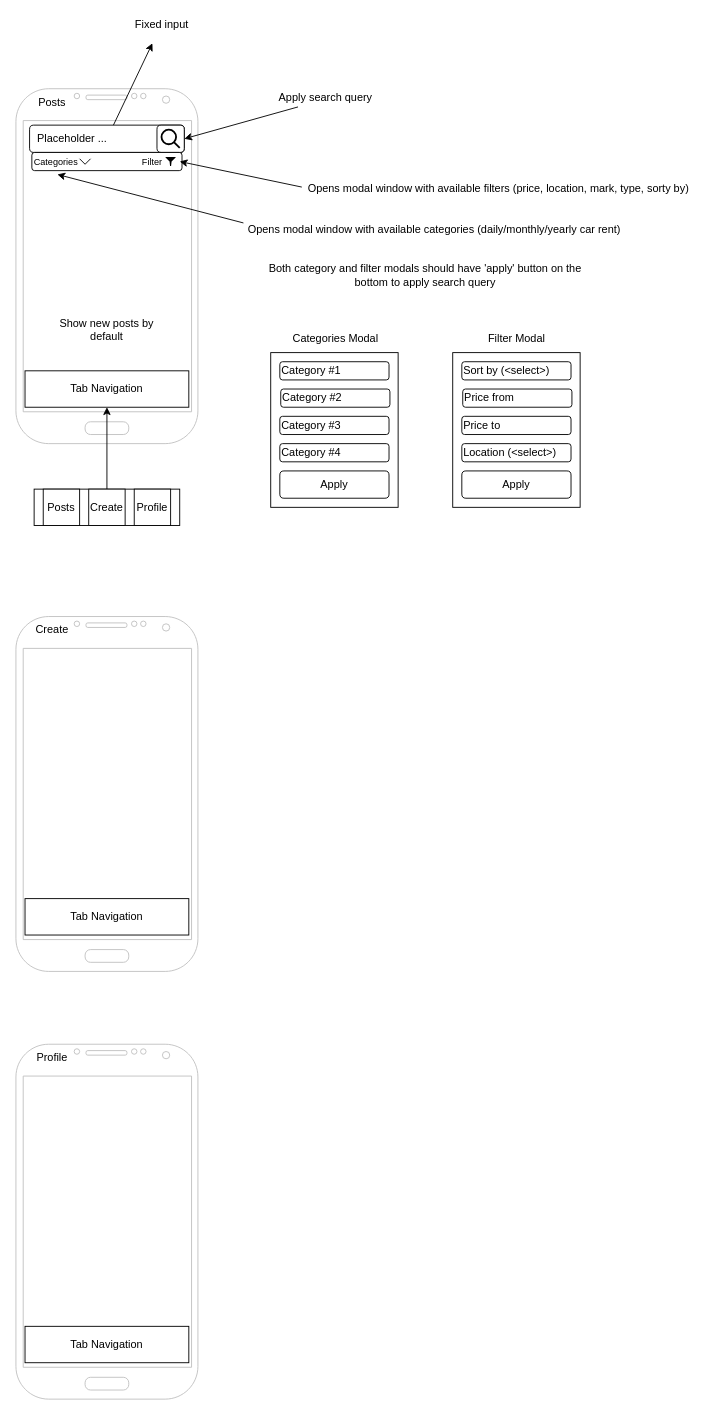
Before: page "Content" (3 of 3) of startup.drawio in Madi-S/kolik, a draw.io diagram. Source tidied: cells renumbered, new cells numbered last; positions are measured from the earlier drawing's top-left corner, leaving out a move shared by most shapes. Both pictures are drawn from the tidied source at 91%, with x=0, y=0 at pixel (15, 15).
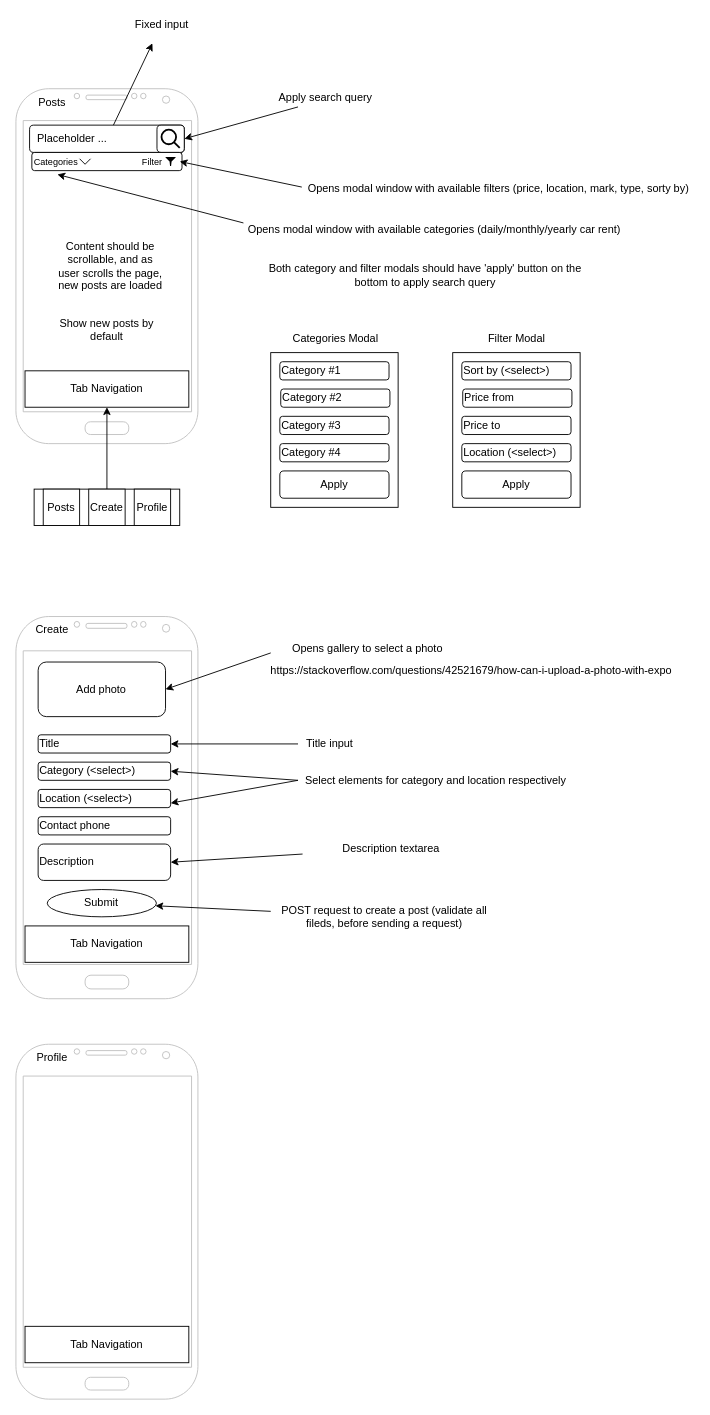
After the change.

Commit message:
Create screen design, layout outlined

Diff of the diagram source:
```diff
@@
     <mxCell id="10" style="verticalLabelPosition=bottom;verticalAlign=top;html=1;shadow=0;dashed=0;strokeWidth=1;shape=mxgraph.android.phone2;strokeColor=#c0c0c0;" parent="1" vertex="1">
-      <mxGeometry y="660" width="200" height="390" as="geometry" />
+      <mxGeometry y="660" width="200" height="420" as="geometry" />
     </mxCell>
     <mxCell id="11" value="Tab Navigation" style="rounded=0;whiteSpace=wrap;html=1;" parent="1" vertex="1">
-      <mxGeometry x="10" y="970" width="180" height="40" as="geometry" />
+      <mxGeometry x="10" y="1000" width="180" height="40" as="geometry" />
     </mxCell>
@@
+    <mxCell id="47" value="Content should be scrollable, and as user scrolls the page, new posts are loaded" style="text;html=1;strokeColor=none;fillColor=none;align=center;verticalAlign=middle;whiteSpace=wrap;rounded=0;fontSize=12;" parent="1" vertex="1">
+      <mxGeometry x="44.4" y="260" width="120" height="30" as="geometry" />
+    </mxCell>
+    <mxCell id="48" value="Add photo" style="rounded=1;whiteSpace=wrap;html=1;fontSize=12;strokeColor=#000000;strokeWidth=1;fillColor=#FFFFFF;align=center;" parent="1" vertex="1">
+      <mxGeometry x="24.4" y="710" width="140" height="60" as="geometry" />
+    </mxCell>
+    <mxCell id="49" value="Title" style="rounded=1;whiteSpace=wrap;html=1;fontSize=12;strokeColor=#000000;strokeWidth=1;fillColor=#FFFFFF;align=left;" parent="1" vertex="1">
+      <mxGeometry x="24.4" y="790" width="145.6" height="20" as="geometry" />
+    </mxCell>
+    <mxCell id="50" value="Category (&amp;lt;select&amp;gt;)" style="rounded=1;whiteSpace=wrap;html=1;fontSize=12;strokeColor=#000000;strokeWidth=1;fillColor=#FFFFFF;align=left;" parent="1" vertex="1">
+      <mxGeometry x="24.4" y="820" width="145.6" height="20" as="geometry" />
+    </mxCell>
+    <mxCell id="51" value="Location (&amp;lt;select&amp;gt;)" style="rounded=1;whiteSpace=wrap;html=1;fontSize=12;strokeColor=#000000;strokeWidth=1;fillColor=#FFFFFF;align=left;" parent="1" vertex="1">
+      <mxGeometry x="24.4" y="850" width="145.6" height="20" as="geometry" />
+    </mxCell>
+    <mxCell id="52" value="Description" style="rounded=1;whiteSpace=wrap;html=1;fontSize=12;strokeColor=#000000;strokeWidth=1;fillColor=#FFFFFF;align=left;" parent="1" vertex="1">
+      <mxGeometry x="24.4" y="910" width="145.6" height="40" as="geometry" />
+    </mxCell>
+    <mxCell id="53" value="Contact phone" style="rounded=1;whiteSpace=wrap;html=1;fontSize=12;strokeColor=#000000;strokeWidth=1;fillColor=#FFFFFF;align=left;" parent="1" vertex="1">
+      <mxGeometry x="24.4" y="880" width="145.6" height="20" as="geometry" />
+    </mxCell>
+    <mxCell id="54" value="Submit" style="ellipse;whiteSpace=wrap;html=1;fontSize=12;strokeColor=#000000;strokeWidth=1;fillColor=#FFFFFF;align=center;" parent="1" vertex="1">
+      <mxGeometry x="34.4" y="960" width="120" height="30" as="geometry" />
+    </mxCell>
+    <mxCell id="55" style="endArrow=classic;html=1;rounded=0;fontSize=12;" parent="1" edge="1" source="56" target="54">
+      <mxGeometry relative="1" as="geometry" />
+    </mxCell>
+    <mxCell id="56" value="POST request to create a post (validate all fileds, before sending a request)" style="text;html=1;strokeColor=none;fillColor=none;align=center;verticalAlign=middle;whiteSpace=wrap;rounded=0;fontSize=12;" parent="1" vertex="1">
+      <mxGeometry x="280" y="975" width="250" height="30" as="geometry" />
+    </mxCell>
+    <mxCell id="57" style="endArrow=classic;html=1;rounded=0;fontSize=12;entryX=1;entryY=0.5;entryDx=0;entryDy=0;" parent="1" edge="1" target="50">
+      <mxGeometry relative="1" as="geometry">
+        <mxPoint x="310" y="840" as="sourcePoint" />
+      </mxGeometry>
+    </mxCell>
+    <mxCell id="58" style="endArrow=classic;html=1;rounded=0;fontSize=12;entryX=1;entryY=0.75;entryDx=0;entryDy=0;" parent="1" edge="1" target="51">
+      <mxGeometry relative="1" as="geometry">
+        <mxPoint x="310" y="840" as="sourcePoint" />
+      </mxGeometry>
+    </mxCell>
+    <mxCell id="59" value="Select elements for category and location respectively" style="text;html=1;align=center;verticalAlign=middle;strokeColor=none;fillColor=none;fontSize=12;" parent="1" vertex="1">
+      <mxGeometry x="311" y="830" width="300" height="20" as="geometry" />
+    </mxCell>
+    <mxCell id="60" style="endArrow=classic;html=1;rounded=0;fontSize=12;entryX=1;entryY=0.5;entryDx=0;entryDy=0;" parent="1" edge="1" target="49">
+      <mxGeometry relative="1" as="geometry">
+        <mxPoint x="310" y="800" as="sourcePoint" />
+      </mxGeometry>
+    </mxCell>
+    <mxCell id="61" value="Title input" style="text;html=1;strokeColor=none;fillColor=none;align=center;verticalAlign=middle;whiteSpace=wrap;rounded=0;fontSize=12;" parent="1" vertex="1">
+      <mxGeometry x="315" y="785" width="60" height="30" as="geometry" />
+    </mxCell>
+    <mxCell id="62" style="endArrow=classic;html=1;rounded=0;fontSize=12;entryX=1;entryY=0.5;entryDx=0;entryDy=0;" parent="1" edge="1" target="48">
+      <mxGeometry relative="1" as="geometry">
+        <mxPoint x="280" y="700" as="sourcePoint" />
+      </mxGeometry>
+    </mxCell>
+    <mxCell id="63" value="Opens gallery to select a photo" style="text;html=1;strokeColor=none;fillColor=none;align=center;verticalAlign=middle;whiteSpace=wrap;rounded=0;fontSize=12;" parent="1" vertex="1">
+      <mxGeometry x="282" y="680" width="209" height="30" as="geometry" />
+    </mxCell>
+    <mxCell id="64" value="https://stackoverflow.com/questions/42521679/how-can-i-upload-a-photo-with-expo" style="text;html=1;align=center;verticalAlign=middle;strokeColor=none;fillColor=none;fontSize=12;" parent="1" vertex="1">
+      <mxGeometry x="270" y="710" width="460" height="20" as="geometry" />
+    </mxCell>
+    <mxCell id="65" value="Description textarea" style="text;html=1;strokeColor=none;fillColor=none;align=center;verticalAlign=middle;whiteSpace=wrap;rounded=0;fontSize=12;" parent="1" vertex="1">
+      <mxGeometry x="315" y="900" width="195" height="30" as="geometry" />
+    </mxCell>
+    <mxCell id="66" style="endArrow=classic;html=1;rounded=0;fontSize=12;entryX=1;entryY=0.5;entryDx=0;entryDy=0;" parent="1" edge="1" source="65" target="52">
+      <mxGeometry relative="1" as="geometry" />
+    </mxCell>
```
